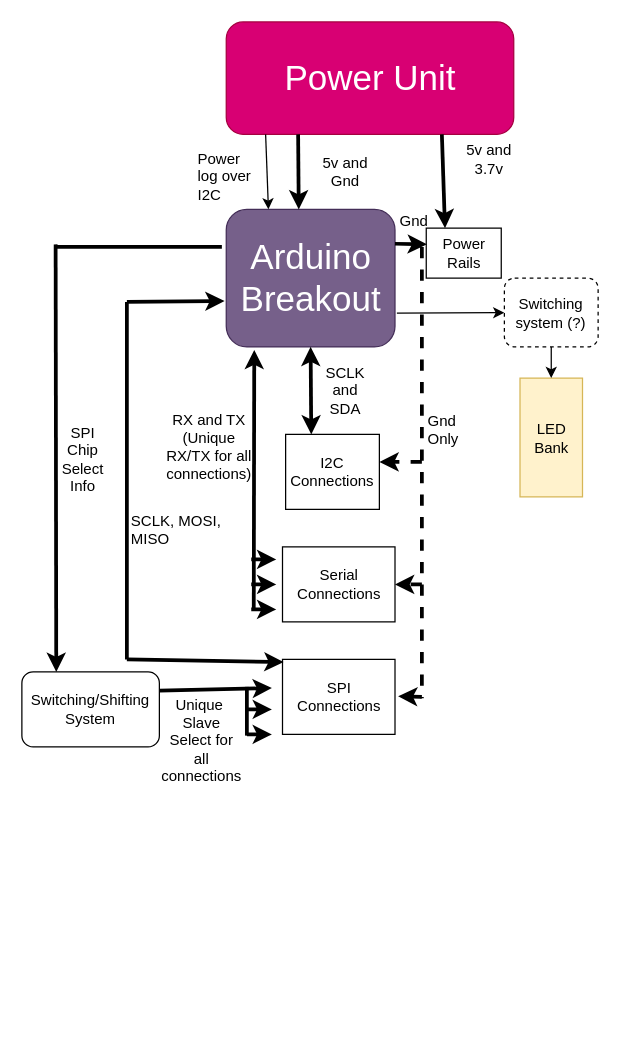
This is Test Board/Testing System Avionics.drawio from JacksonRussett/UTAT_flightsystems, a draw.io file, before an edit. Source tidied: cells renumbered, new cells numbered last; positions are measured from the earlier drawing's top-left corner, leaving out a move shared by most shapes. Both pictures are drawn from the tidied source at 125%, with x=0, y=0 at pixel (21, 21).
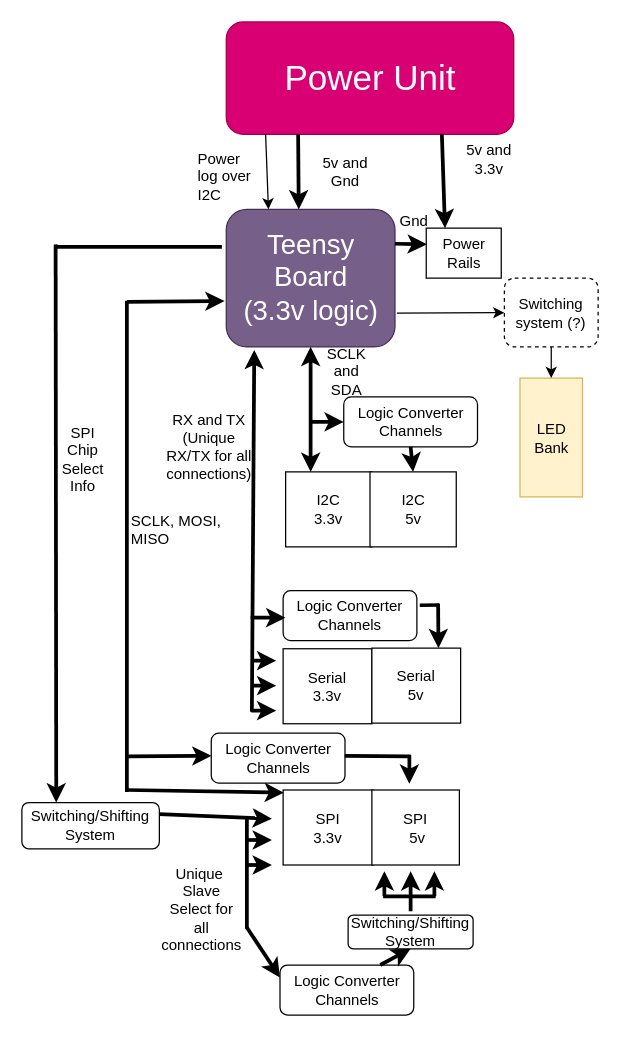
The same diagram, later.

Commit message (it also covers changes not shown here):
Design changes: new MCU, logic level transforms.

Diff of the diagram source:
```diff
@@
     <mxCell id="2" style="endArrow=classic;html=1;strokeWidth=3;exitX=1;exitY=0.25;exitDx=0;exitDy=0;" parent="1" edge="1" source="29">
       <mxGeometry relative="1" as="geometry">
-        <mxPoint x="200" y="533" as="targetPoint" />
+        <mxPoint x="200" y="637.5" as="targetPoint" />
       </mxGeometry>
     </mxCell>
@@
-    <mxCell id="4" value="&lt;font style=&quot;font-size: 28px&quot;&gt;Arduino Breakout&lt;/font&gt;" style="rounded=1;whiteSpace=wrap;html=1;fillColor=#76608a;strokeColor=#432D57;fontColor=#ffffff;" parent="1" vertex="1">
+    <mxCell id="4" value="&lt;font style=&quot;font-size: 22px&quot;&gt;Teensy&lt;br&gt;Board&lt;br&gt;(3.3v logic)&lt;br&gt;&lt;/font&gt;" style="rounded=1;whiteSpace=wrap;html=1;fillColor=#76608a;strokeColor=#432D57;fontColor=#ffffff;" parent="1" vertex="1">
       <mxGeometry x="163.5" y="150" width="135" height="110" as="geometry" />
     </mxCell>
@@
-    <mxCell id="10" value="5v and 3.7v" style="text;html=1;strokeColor=none;fillColor=none;align=center;verticalAlign=middle;whiteSpace=wrap;rounded=0;" parent="1" vertex="1">
+    <mxCell id="10" value="5v and 3.3v" style="text;html=1;strokeColor=none;fillColor=none;align=center;verticalAlign=middle;whiteSpace=wrap;rounded=0;" parent="1" vertex="1">
       <mxGeometry x="353.5" y="100" width="40" height="20" as="geometry" />
     </mxCell>
@@
-    <mxCell id="12" value="I2C Connections" style="rounded=0;whiteSpace=wrap;html=1;" parent="1" vertex="1">
-      <mxGeometry x="211" y="330" width="75" height="60" as="geometry" />
+    <mxCell id="12" value="I2C &lt;br&gt;3.3v" style="rounded=0;whiteSpace=wrap;html=1;" parent="1" vertex="1">
+      <mxGeometry x="211" y="360" width="69" height="60" as="geometry" />
     </mxCell>
     <mxCell id="13" value="SCLK and SDA" style="text;html=1;strokeColor=none;fillColor=none;align=center;verticalAlign=middle;whiteSpace=wrap;rounded=0;" parent="1" vertex="1">
-      <mxGeometry x="238.5" y="275" width="40" height="40" as="geometry" />
+      <mxGeometry x="240" y="260" width="40" height="40" as="geometry" />
     </mxCell>
-    <mxCell id="14" value="Serial Connections" style="rounded=0;whiteSpace=wrap;html=1;" parent="1" vertex="1">
-      <mxGeometry x="208.5" y="420" width="90" height="60" as="geometry" />
+    <mxCell id="14" value="Serial &lt;br&gt;3.3v" style="rounded=0;whiteSpace=wrap;html=1;" parent="1" vertex="1">
+      <mxGeometry x="209" y="501.5" width="71" height="60" as="geometry" />
     </mxCell>
-    <mxCell id="15" value="SPI Connections" style="rounded=0;whiteSpace=wrap;html=1;" parent="1" vertex="1">
-      <mxGeometry x="208.5" y="510" width="90" height="60" as="geometry" />
+    <mxCell id="15" value="SPI&lt;br&gt;3.3v" style="rounded=0;whiteSpace=wrap;html=1;" parent="1" vertex="1">
+      <mxGeometry x="209" y="614.5" width="72" height="60" as="geometry" />
     </mxCell>
+    <mxCell id="45" value="SPI&lt;br&gt;&amp;nbsp;5v" style="rounded=0;whiteSpace=wrap;html=1;" parent="1" vertex="1">
+      <mxGeometry x="280" y="614.5" width="70" height="60" as="geometry" />
+    </mxCell>
     <mxCell id="16" style="endArrow=classic;startArrow=classic;html=1;strokeWidth=3;entryX=0.5;entryY=1;entryDx=0;entryDy=0;" parent="1" edge="1" target="4">
       <mxGeometry relative="1" as="geometry">
-        <mxPoint x="231.5" y="330" as="sourcePoint" />
+        <mxPoint x="231" y="360" as="sourcePoint" />
       </mxGeometry>
     </mxCell>
-    <mxCell id="17" style="endArrow=classic;html=1;strokeWidth=3;entryX=1.001;entryY=0.367;entryDx=0;entryDy=0;entryPerimeter=0;dashed=1;" parent="1" edge="1" target="12">
-      <mxGeometry relative="1" as="geometry">
-        <mxPoint x="320" y="352" as="sourcePoint" />
-      </mxGeometry>
-    </mxCell>
-    <mxCell id="18" style="endArrow=classic;html=1;strokeWidth=3;entryX=1;entryY=0.5;entryDx=0;entryDy=0;dashed=1;" parent="1" edge="1" target="14">
-      <mxGeometry relative="1" as="geometry">
-        <mxPoint x="320" y="450" as="sourcePoint" />
-      </mxGeometry>
-    </mxCell>
-    <mxCell id="19" style="endArrow=classic;html=1;strokeWidth=3;entryX=1;entryY=0.5;entryDx=0;entryDy=0;dashed=1;" parent="1" edge="1">
-      <mxGeometry relative="1" as="geometry">
-        <mxPoint x="320" y="540" as="sourcePoint" />
-        <mxPoint x="301" y="539.5" as="targetPoint" />
-      </mxGeometry>
-    </mxCell>
     <mxCell id="20" style="endArrow=classic;html=1;strokeWidth=3;entryX=0.166;entryY=1.022;entryDx=0;entryDy=0;entryPerimeter=0;" parent="1" edge="1" target="4">
       <mxGeometry relative="1" as="geometry">
-        <mxPoint x="185.5" y="470" as="sourcePoint" />
+        <mxPoint x="184" y="552" as="sourcePoint" />
       </mxGeometry>
     </mxCell>
     <mxCell id="21" style="endArrow=classic;html=1;strokeWidth=3;" parent="1" edge="1">
       <mxGeometry relative="1" as="geometry">
-        <mxPoint x="183.5" y="430" as="sourcePoint" />
-        <mxPoint x="203.5" y="430" as="targetPoint" />
+        <mxPoint x="183.5" y="511" as="sourcePoint" />
+        <mxPoint x="203.5" y="511" as="targetPoint" />
       </mxGeometry>
     </mxCell>
     <mxCell id="22" style="endArrow=classic;html=1;strokeWidth=3;" parent="1" edge="1">
       <mxGeometry relative="1" as="geometry">
-        <mxPoint x="183.5" y="450" as="sourcePoint" />
-        <mxPoint x="203.5" y="450" as="targetPoint" />
+        <mxPoint x="183.5" y="531" as="sourcePoint" />
+        <mxPoint x="203.5" y="531" as="targetPoint" />
       </mxGeometry>
     </mxCell>
     <mxCell id="23" style="endArrow=classic;html=1;strokeWidth=3;" parent="1" edge="1">
       <mxGeometry relative="1" as="geometry">
-        <mxPoint x="183.5" y="470" as="sourcePoint" />
-        <mxPoint x="203.5" y="470" as="targetPoint" />
+        <mxPoint x="183.5" y="551" as="sourcePoint" />
+        <mxPoint x="203.5" y="551" as="targetPoint" />
       </mxGeometry>
     </mxCell>
@@
     <mxCell id="26" style="endArrow=none;html=1;strokeWidth=3;" parent="1" edge="1">
       <mxGeometry relative="1" as="geometry">
-        <mxPoint x="84" y="510" as="sourcePoint" />
-        <mxPoint x="84" y="224" as="targetPoint" />
+        <mxPoint x="84" y="616" as="sourcePoint" />
+        <mxPoint x="84" y="223" as="targetPoint" />
       </mxGeometry>
     </mxCell>
     <mxCell id="27" style="endArrow=classic;html=1;strokeWidth=3;entryX=0.009;entryY=0.036;entryDx=0;entryDy=0;entryPerimeter=0;" parent="1" edge="1" target="15">
       <mxGeometry relative="1" as="geometry">
-        <mxPoint x="84" y="510" as="sourcePoint" />
+        <mxPoint x="84" y="614.5" as="sourcePoint" />
       </mxGeometry>
     </mxCell>
@@
     <mxCell id="29" value="Switching/Shifting System" style="rounded=1;whiteSpace=wrap;html=1;fillColor=#FFFFFF;" parent="1" vertex="1">
-      <mxGeometry y="520" width="110" height="60" as="geometry" />
+      <mxGeometry y="624.5" width="110" height="37" as="geometry" />
     </mxCell>
     <mxCell id="30" style="endArrow=classic;html=1;strokeWidth=3;" parent="1" edge="1">
       <mxGeometry relative="1" as="geometry">
-        <mxPoint x="180" y="550" as="sourcePoint" />
-        <mxPoint x="200" y="550" as="targetPoint" />
+        <mxPoint x="180" y="654.5" as="sourcePoint" />
+        <mxPoint x="200" y="654.5" as="targetPoint" />
       </mxGeometry>
     </mxCell>
     <mxCell id="31" style="endArrow=classic;html=1;strokeWidth=3;" parent="1" edge="1">
       <mxGeometry relative="1" as="geometry">
-        <mxPoint x="180" y="570" as="sourcePoint" />
-        <mxPoint x="200" y="570" as="targetPoint" />
+        <mxPoint x="180" y="674.5" as="sourcePoint" />
+        <mxPoint x="200" y="674.5" as="targetPoint" />
       </mxGeometry>
     </mxCell>
     <mxCell id="32" style="endArrow=none;html=1;strokeWidth=3;" parent="1" edge="1">
       <mxGeometry relative="1" as="geometry">
-        <mxPoint x="180" y="532" as="sourcePoint" />
-        <mxPoint x="180" y="571" as="targetPoint" />
+        <mxPoint x="180" y="636.5" as="sourcePoint" />
+        <mxPoint x="180" y="725.5" as="targetPoint" />
       </mxGeometry>
     </mxCell>
     <mxCell id="33" value="Unique&amp;nbsp;&lt;br&gt;Slave Select for all connections&lt;br&gt;" style="text;html=1;strokeColor=none;fillColor=none;align=center;verticalAlign=middle;whiteSpace=wrap;rounded=0;" parent="1" vertex="1">
-      <mxGeometry x="123.5" y="540" width="40" height="70" as="geometry" />
+      <mxGeometry x="123.5" y="674.5" width="40" height="70" as="geometry" />
     </mxCell>
@@
-    <mxCell id="41" style="endArrow=none;html=1;strokeWidth=3;dashed=1;strokeColor=#000000;" parent="1" edge="1">
-      <mxGeometry relative="1" as="geometry">
-        <mxPoint x="320" y="180" as="sourcePoint" />
-        <mxPoint x="320" y="541" as="targetPoint" />
-      </mxGeometry>
-    </mxCell>
-    <mxCell id="42" value="Gnd&lt;br&gt;Only&lt;br&gt;" style="text;html=1;align=left;verticalAlign=top;spacingTop=-4;" parent="1" vertex="1">
-      <mxGeometry x="323" y="310" width="40" height="30" as="geometry" />
-    </mxCell>
@@
+    <mxCell id="46" value="Logic Converter Channels" style="rounded=1;whiteSpace=wrap;html=1;" parent="1" vertex="1">
+      <mxGeometry x="151.5" y="569" width="107" height="40" as="geometry" />
+    </mxCell>
+    <mxCell id="47" value="Logic Converter Channels" style="rounded=1;whiteSpace=wrap;html=1;" parent="1" vertex="1">
+      <mxGeometry x="206.5" y="754.5" width="107" height="40" as="geometry" />
+    </mxCell>
+    <mxCell id="48" style="endArrow=classic;html=1;entryX=0;entryY=0.25;entryDx=0;entryDy=0;strokeWidth=3;" parent="1" edge="1" target="47">
+      <mxGeometry relative="1" as="geometry">
+        <mxPoint x="180" y="724.5" as="sourcePoint" />
+      </mxGeometry>
+    </mxCell>
+    <mxCell id="49" style="endArrow=classic;html=1;strokeWidth=3;" parent="1" edge="1">
+      <mxGeometry relative="1" as="geometry">
+        <mxPoint x="311" y="711.5" as="sourcePoint" />
+        <mxPoint x="311" y="679.5" as="targetPoint" />
+      </mxGeometry>
+    </mxCell>
+    <mxCell id="50" style="endArrow=classic;html=1;strokeWidth=3;entryX=0;entryY=0.5;entryDx=0;entryDy=0;" parent="1" edge="1">
+      <mxGeometry relative="1" as="geometry">
+        <mxPoint x="84" y="587.5" as="sourcePoint" />
+        <mxPoint x="151.7" y="587.2" as="targetPoint" />
+      </mxGeometry>
+    </mxCell>
+    <mxCell id="51" style="endArrow=none;html=1;strokeWidth=3;entryX=1;entryY=0.5;entryDx=0;entryDy=0;" parent="1" edge="1">
+      <mxGeometry relative="1" as="geometry">
+        <mxPoint x="311" y="587.5" as="sourcePoint" />
+        <mxPoint x="258.3" y="587.2" as="targetPoint" />
+      </mxGeometry>
+    </mxCell>
+    <mxCell id="52" style="endArrow=classic;html=1;strokeWidth=3;" parent="1" edge="1">
+      <mxGeometry relative="1" as="geometry">
+        <mxPoint x="310" y="586.5" as="sourcePoint" />
+        <mxPoint x="310" y="609.5" as="targetPoint" />
+      </mxGeometry>
+    </mxCell>
+    <mxCell id="53" style="endArrow=classic;html=1;strokeWidth=3;" parent="1" edge="1">
+      <mxGeometry relative="1" as="geometry">
+        <mxPoint x="290" y="699.5" as="sourcePoint" />
+        <mxPoint x="290" y="679.5" as="targetPoint" />
+      </mxGeometry>
+    </mxCell>
+    <mxCell id="54" style="endArrow=classic;html=1;strokeWidth=3;" parent="1" edge="1">
+      <mxGeometry relative="1" as="geometry">
+        <mxPoint x="330" y="699.5" as="sourcePoint" />
+        <mxPoint x="330" y="679.5" as="targetPoint" />
+      </mxGeometry>
+    </mxCell>
+    <mxCell id="55" style="endArrow=none;html=1;strokeWidth=3;" parent="1" edge="1">
+      <mxGeometry relative="1" as="geometry">
+        <mxPoint x="289" y="699.5" as="sourcePoint" />
+        <mxPoint x="331" y="699.5" as="targetPoint" />
+      </mxGeometry>
+    </mxCell>
+    <mxCell id="56" value="Serial &lt;br&gt;5v" style="rounded=0;whiteSpace=wrap;html=1;" parent="1" vertex="1">
+      <mxGeometry x="280" y="501" width="71" height="60" as="geometry" />
+    </mxCell>
+    <mxCell id="57" value="Logic Converter Channels" style="rounded=1;whiteSpace=wrap;html=1;" parent="1" vertex="1">
+      <mxGeometry x="209" y="455" width="107" height="40" as="geometry" />
+    </mxCell>
+    <mxCell id="58" style="endArrow=classic;html=1;strokeWidth=3;entryX=0;entryY=0.5;entryDx=0;entryDy=0;" parent="1" edge="1">
+      <mxGeometry relative="1" as="geometry">
+        <mxPoint x="183" y="476.5" as="sourcePoint" />
+        <mxPoint x="210.8" y="476.7" as="targetPoint" />
+      </mxGeometry>
+    </mxCell>
+    <mxCell id="59" value="Switching/Shifting System" style="rounded=1;whiteSpace=wrap;html=1;fillColor=#FFFFFF;" parent="1" vertex="1">
+      <mxGeometry x="261" y="714.5" width="100" height="27" as="geometry" />
+    </mxCell>
+    <mxCell id="60" style="endArrow=classic;html=1;entryX=0.5;entryY=1;entryDx=0;entryDy=0;strokeWidth=3;exitX=0.75;exitY=0;exitDx=0;exitDy=0;" parent="1" edge="1" source="47" target="59">
+      <mxGeometry relative="1" as="geometry" />
+    </mxCell>
+    <mxCell id="61" style="endArrow=classic;html=1;strokeWidth=3;entryX=0.75;entryY=0;entryDx=0;entryDy=0;" parent="1" edge="1" target="56">
+      <mxGeometry relative="1" as="geometry">
+        <mxPoint x="333" y="465.5" as="sourcePoint" />
+      </mxGeometry>
+    </mxCell>
+    <mxCell id="62" style="endArrow=none;html=1;strokeWidth=3;exitX=1;exitY=0.25;exitDx=0;exitDy=0;" parent="1" edge="1">
+      <mxGeometry relative="1" as="geometry">
+        <mxPoint x="318.3" y="466.7" as="sourcePoint" />
+        <mxPoint x="334" y="466.5" as="targetPoint" />
+      </mxGeometry>
+    </mxCell>
+    <mxCell id="63" value="I2C &lt;br&gt;5v" style="rounded=0;whiteSpace=wrap;html=1;" parent="1" vertex="1">
+      <mxGeometry x="278.5" y="360" width="69" height="60" as="geometry" />
+    </mxCell>
+    <mxCell id="64" value="Logic Converter Channels" style="rounded=1;whiteSpace=wrap;html=1;" parent="1" vertex="1">
+      <mxGeometry x="257.5" y="300" width="107" height="40" as="geometry" />
+    </mxCell>
+    <mxCell id="65" style="endArrow=classic;html=1;strokeWidth=3;entryX=0;entryY=0.5;entryDx=0;entryDy=0;" parent="1" edge="1" target="64">
+      <mxGeometry relative="1" as="geometry">
+        <mxPoint x="230" y="320" as="sourcePoint" />
+      </mxGeometry>
+    </mxCell>
+    <mxCell id="66" style="endArrow=classic;html=1;strokeWidth=3;entryX=0.5;entryY=0;entryDx=0;entryDy=0;exitX=0.5;exitY=1;exitDx=0;exitDy=0;" parent="1" edge="1" source="64" target="63">
+      <mxGeometry relative="1" as="geometry" />
+    </mxCell>
```
